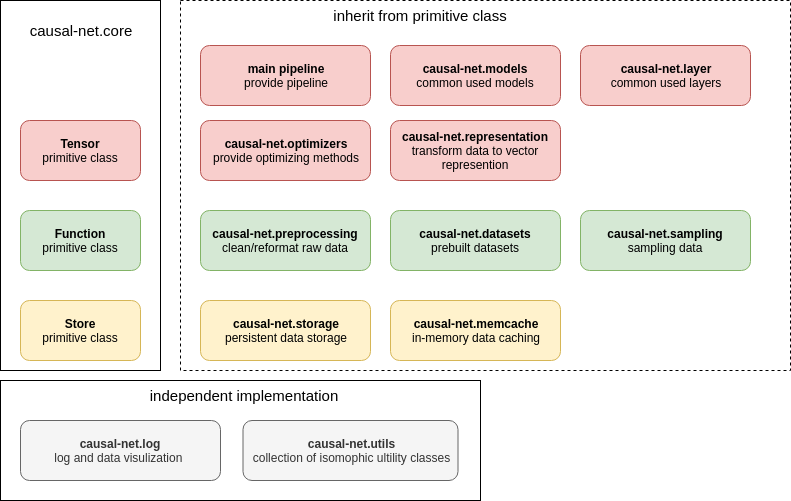
red-gold/causality keeps this draw.io diagram as causal-doc/asset/block_diagram.png. Above is the earlier version. Source tidied: cells renumbered, new cells last; positions are measured from the earlier drawing's top-left corner, leaving out a move shared by most shapes. The source it was exported from:
```xml
<mxGraphModel>
  <root>
    <mxCell id="0" />
    <mxCell id="1" parent="0" />
    <mxCell id="2" style="rounded=0;whiteSpace=wrap;html=1;fontSize=15;align=center;" parent="1" vertex="1">
      <mxGeometry y="380" width="480" height="120" as="geometry" />
    </mxCell>
    <mxCell id="3" style="rounded=0;whiteSpace=wrap;html=1;align=center;dashed=1;" parent="1" vertex="1">
      <mxGeometry x="180" width="610" height="370" as="geometry" />
    </mxCell>
    <mxCell id="4" style="rounded=0;whiteSpace=wrap;html=1;" parent="1" vertex="1">
      <mxGeometry width="160" height="370" as="geometry" />
    </mxCell>
    <mxCell id="5" value="&lt;b&gt;Tensor&lt;/b&gt;&lt;br&gt;primitive class&lt;br&gt;" style="rounded=1;whiteSpace=wrap;html=1;fillColor=#f8cecc;strokeColor=#b85450;" parent="1" vertex="1">
      <mxGeometry x="20" y="120" width="120" height="60" as="geometry" />
    </mxCell>
    <mxCell id="6" value="&lt;b&gt;Function&lt;/b&gt;&lt;br&gt;primitive class&lt;br&gt;" style="rounded=1;whiteSpace=wrap;html=1;fillColor=#d5e8d4;strokeColor=#82b366;" parent="1" vertex="1">
      <mxGeometry x="20" y="210" width="120" height="60" as="geometry" />
    </mxCell>
    <mxCell id="7" value="&lt;b&gt;Store&lt;/b&gt;&lt;br&gt;primitive class&lt;br&gt;" style="rounded=1;whiteSpace=wrap;html=1;fillColor=#fff2cc;strokeColor=#d6b656;" parent="1" vertex="1">
      <mxGeometry x="20" y="300" width="120" height="60" as="geometry" />
    </mxCell>
    <mxCell id="8" value="&lt;b&gt;causal-net.representation&lt;/b&gt;&lt;br&gt;transform data to vector represention&lt;br&gt;" style="rounded=1;whiteSpace=wrap;html=1;fillColor=#f8cecc;strokeColor=#b85450;" parent="1" vertex="1">
      <mxGeometry x="390" y="120" width="170" height="60" as="geometry" />
    </mxCell>
    <mxCell id="9" value="&lt;b&gt;causal-net.log&lt;/b&gt;&lt;br&gt;log and data visulization&amp;nbsp;&lt;br&gt;" style="rounded=1;whiteSpace=wrap;html=1;fillColor=#f5f5f5;strokeColor=#666666;fontColor=#333333;" parent="1" vertex="1">
      <mxGeometry x="20" y="420" width="200" height="60" as="geometry" />
    </mxCell>
    <mxCell id="10" value="&lt;b&gt;causal-net.utils&lt;/b&gt;&lt;br&gt;collection of isomophic ultility classes&lt;br&gt;" style="rounded=1;whiteSpace=wrap;html=1;fillColor=#f5f5f5;strokeColor=#666666;fontColor=#333333;" parent="1" vertex="1">
      <mxGeometry x="242.5" y="420" width="215" height="60" as="geometry" />
    </mxCell>
    <mxCell id="11" value="causal-net.core&lt;br&gt;" style="text;html=1;strokeColor=none;fillColor=none;align=center;verticalAlign=middle;whiteSpace=wrap;rounded=0;fontSize=15;" parent="1" vertex="1">
      <mxGeometry x="20" width="120" height="60" as="geometry" />
    </mxCell>
    <mxCell id="12" value="inherit from primitive class" style="text;html=1;strokeColor=none;fillColor=none;align=center;verticalAlign=middle;whiteSpace=wrap;rounded=0;fontSize=15;" parent="1" vertex="1">
      <mxGeometry x="320" width="200" height="30" as="geometry" />
    </mxCell>
    <mxCell id="13" value="independent implementation" style="text;html=1;strokeColor=none;fillColor=none;align=center;verticalAlign=middle;whiteSpace=wrap;rounded=0;fontSize=15;" parent="1" vertex="1">
      <mxGeometry x="102.5" y="380" width="280" height="30" as="geometry" />
    </mxCell>
    <mxCell id="14" value="&lt;b&gt;causal-net.models&lt;/b&gt;&lt;br&gt;common used models&lt;br&gt;" style="rounded=1;whiteSpace=wrap;html=1;fillColor=#f8cecc;strokeColor=#b85450;" parent="1" vertex="1">
      <mxGeometry x="390" y="45" width="170" height="60" as="geometry" />
    </mxCell>
    <mxCell id="15" value="&lt;b&gt;causal-net.layer&lt;/b&gt;&lt;br&gt;common used layers&lt;br&gt;" style="rounded=1;whiteSpace=wrap;html=1;fillColor=#f8cecc;strokeColor=#b85450;" parent="1" vertex="1">
      <mxGeometry x="580" y="45" width="170" height="60" as="geometry" />
    </mxCell>
    <mxCell id="16" value="&lt;b&gt;causal-net.optimizers&lt;/b&gt;&lt;br&gt;provide optimizing methods&lt;br&gt;" style="rounded=1;whiteSpace=wrap;html=1;fillColor=#f8cecc;strokeColor=#b85450;" parent="1" vertex="1">
      <mxGeometry x="200" y="120" width="170" height="60" as="geometry" />
    </mxCell>
    <mxCell id="17" value="&lt;b&gt;causal-net.preprocessing&lt;/b&gt;&lt;br&gt;clean/reformat raw data&lt;br&gt;" style="rounded=1;whiteSpace=wrap;html=1;fillColor=#d5e8d4;strokeColor=#82b366;" parent="1" vertex="1">
      <mxGeometry x="200" y="210" width="170" height="60" as="geometry" />
    </mxCell>
    <mxCell id="18" value="&lt;b&gt;causal-net.datasets&lt;/b&gt;&lt;br&gt;prebuilt datasets&lt;br&gt;" style="rounded=1;whiteSpace=wrap;html=1;fillColor=#d5e8d4;strokeColor=#82b366;" parent="1" vertex="1">
      <mxGeometry x="390" y="210" width="170" height="60" as="geometry" />
    </mxCell>
    <mxCell id="19" value="&lt;b&gt;causal-net.sampling&lt;/b&gt;&lt;br&gt;sampling data&lt;br&gt;" style="rounded=1;whiteSpace=wrap;html=1;fillColor=#d5e8d4;strokeColor=#82b366;" parent="1" vertex="1">
      <mxGeometry x="580" y="210" width="170" height="60" as="geometry" />
    </mxCell>
    <mxCell id="20" value="&lt;b&gt;causal-net.storage&lt;/b&gt;&lt;br&gt;persistent data storage&lt;br&gt;" style="rounded=1;whiteSpace=wrap;html=1;fillColor=#fff2cc;strokeColor=#d6b656;" parent="1" vertex="1">
      <mxGeometry x="200" y="300" width="170" height="60" as="geometry" />
    </mxCell>
    <mxCell id="21" value="&lt;b&gt;causal-net.memcache&lt;/b&gt;&lt;br&gt;in-memory data caching&lt;br&gt;" style="rounded=1;whiteSpace=wrap;html=1;fillColor=#fff2cc;strokeColor=#d6b656;" parent="1" vertex="1">
      <mxGeometry x="390" y="300" width="170" height="60" as="geometry" />
    </mxCell>
    <mxCell id="22" value="&lt;b&gt;main pipeline&lt;/b&gt;&lt;br&gt;provide pipeline&lt;br&gt;" style="rounded=1;whiteSpace=wrap;html=1;fillColor=#f8cecc;strokeColor=#b85450;" parent="1" vertex="1">
      <mxGeometry x="200" y="45" width="170" height="60" as="geometry" />
    </mxCell>
  </root>
</mxGraphModel>
```
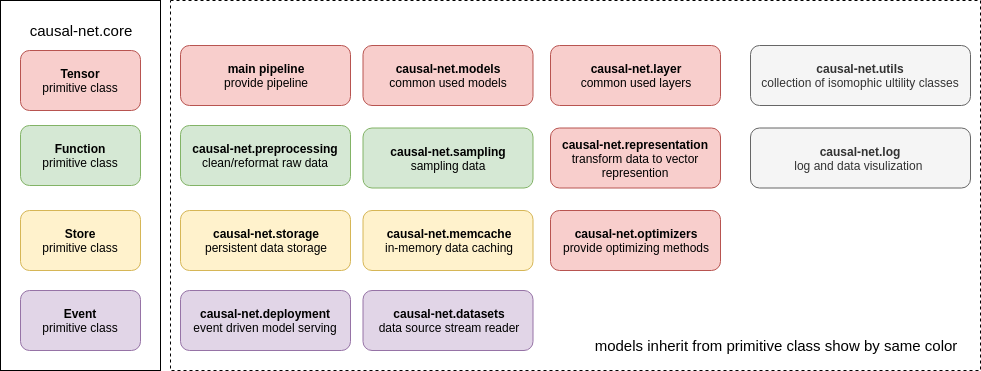
After the commit.

The edit, as a diff of the source:
```diff
@@ -2,68 +2,68 @@
   <root>
     <mxCell id="0" />
     <mxCell id="1" parent="0" />
-    <mxCell id="2" style="rounded=0;whiteSpace=wrap;html=1;fontSize=15;align=center;" parent="1" vertex="1">
-      <mxGeometry y="380" width="480" height="120" as="geometry" />
-    </mxCell>
     <mxCell id="3" style="rounded=0;whiteSpace=wrap;html=1;align=center;dashed=1;" parent="1" vertex="1">
-      <mxGeometry x="180" width="610" height="370" as="geometry" />
+      <mxGeometry x="170" width="810" height="370" as="geometry" />
     </mxCell>
     <mxCell id="4" style="rounded=0;whiteSpace=wrap;html=1;" parent="1" vertex="1">
       <mxGeometry width="160" height="370" as="geometry" />
     </mxCell>
     <mxCell id="5" value="&lt;b&gt;Tensor&lt;/b&gt;&lt;br&gt;primitive class&lt;br&gt;" style="rounded=1;whiteSpace=wrap;html=1;fillColor=#f8cecc;strokeColor=#b85450;" parent="1" vertex="1">
-      <mxGeometry x="20" y="120" width="120" height="60" as="geometry" />
+      <mxGeometry x="20" y="50" width="120" height="60" as="geometry" />
     </mxCell>
     <mxCell id="6" value="&lt;b&gt;Function&lt;/b&gt;&lt;br&gt;primitive class&lt;br&gt;" style="rounded=1;whiteSpace=wrap;html=1;fillColor=#d5e8d4;strokeColor=#82b366;" parent="1" vertex="1">
-      <mxGeometry x="20" y="210" width="120" height="60" as="geometry" />
+      <mxGeometry x="20" y="125" width="120" height="60" as="geometry" />
     </mxCell>
     <mxCell id="7" value="&lt;b&gt;Store&lt;/b&gt;&lt;br&gt;primitive class&lt;br&gt;" style="rounded=1;whiteSpace=wrap;html=1;fillColor=#fff2cc;strokeColor=#d6b656;" parent="1" vertex="1">
-      <mxGeometry x="20" y="300" width="120" height="60" as="geometry" />
+      <mxGeometry x="20" y="210" width="120" height="60" as="geometry" />
     </mxCell>
     <mxCell id="8" value="&lt;b&gt;causal-net.representation&lt;/b&gt;&lt;br&gt;transform data to vector represention&lt;br&gt;" style="rounded=1;whiteSpace=wrap;html=1;fillColor=#f8cecc;strokeColor=#b85450;" parent="1" vertex="1">
-      <mxGeometry x="390" y="120" width="170" height="60" as="geometry" />
+      <mxGeometry x="550" y="127.5" width="170" height="60" as="geometry" />
     </mxCell>
     <mxCell id="9" value="&lt;b&gt;causal-net.log&lt;/b&gt;&lt;br&gt;log and data visulization&amp;nbsp;&lt;br&gt;" style="rounded=1;whiteSpace=wrap;html=1;fillColor=#f5f5f5;strokeColor=#666666;fontColor=#333333;" parent="1" vertex="1">
-      <mxGeometry x="20" y="420" width="200" height="60" as="geometry" />
+      <mxGeometry x="750" y="127.5" width="220" height="60" as="geometry" />
     </mxCell>
     <mxCell id="10" value="&lt;b&gt;causal-net.utils&lt;/b&gt;&lt;br&gt;collection of isomophic ultility classes&lt;br&gt;" style="rounded=1;whiteSpace=wrap;html=1;fillColor=#f5f5f5;strokeColor=#666666;fontColor=#333333;" parent="1" vertex="1">
-      <mxGeometry x="242.5" y="420" width="215" height="60" as="geometry" />
+      <mxGeometry x="750" y="45" width="220" height="60" as="geometry" />
     </mxCell>
     <mxCell id="11" value="causal-net.core&lt;br&gt;" style="text;html=1;strokeColor=none;fillColor=none;align=center;verticalAlign=middle;whiteSpace=wrap;rounded=0;fontSize=15;" parent="1" vertex="1">
       <mxGeometry x="20" width="120" height="60" as="geometry" />
     </mxCell>
-    <mxCell id="12" value="inherit from primitive class" style="text;html=1;strokeColor=none;fillColor=none;align=center;verticalAlign=middle;whiteSpace=wrap;rounded=0;fontSize=15;" parent="1" vertex="1">
-      <mxGeometry x="320" width="200" height="30" as="geometry" />
+    <mxCell id="12" value="models inherit from primitive class show by same color" style="text;html=1;strokeColor=none;fillColor=none;align=center;verticalAlign=middle;whiteSpace=wrap;rounded=0;fontSize=15;" parent="1" vertex="1">
+      <mxGeometry x="580" y="330" width="390" height="30" as="geometry" />
     </mxCell>
-    <mxCell id="13" value="independent implementation" style="text;html=1;strokeColor=none;fillColor=none;align=center;verticalAlign=middle;whiteSpace=wrap;rounded=0;fontSize=15;" parent="1" vertex="1">
-      <mxGeometry x="102.5" y="380" width="280" height="30" as="geometry" />
-    </mxCell>
     <mxCell id="14" value="&lt;b&gt;causal-net.models&lt;/b&gt;&lt;br&gt;common used models&lt;br&gt;" style="rounded=1;whiteSpace=wrap;html=1;fillColor=#f8cecc;strokeColor=#b85450;" parent="1" vertex="1">
-      <mxGeometry x="390" y="45" width="170" height="60" as="geometry" />
+      <mxGeometry x="362.5" y="45" width="170" height="60" as="geometry" />
     </mxCell>
     <mxCell id="15" value="&lt;b&gt;causal-net.layer&lt;/b&gt;&lt;br&gt;common used layers&lt;br&gt;" style="rounded=1;whiteSpace=wrap;html=1;fillColor=#f8cecc;strokeColor=#b85450;" parent="1" vertex="1">
-      <mxGeometry x="580" y="45" width="170" height="60" as="geometry" />
+      <mxGeometry x="550" y="45" width="170" height="60" as="geometry" />
     </mxCell>
     <mxCell id="16" value="&lt;b&gt;causal-net.optimizers&lt;/b&gt;&lt;br&gt;provide optimizing methods&lt;br&gt;" style="rounded=1;whiteSpace=wrap;html=1;fillColor=#f8cecc;strokeColor=#b85450;" parent="1" vertex="1">
-      <mxGeometry x="200" y="120" width="170" height="60" as="geometry" />
+      <mxGeometry x="550" y="210" width="170" height="60" as="geometry" />
     </mxCell>
     <mxCell id="17" value="&lt;b&gt;causal-net.preprocessing&lt;/b&gt;&lt;br&gt;clean/reformat raw data&lt;br&gt;" style="rounded=1;whiteSpace=wrap;html=1;fillColor=#d5e8d4;strokeColor=#82b366;" parent="1" vertex="1">
-      <mxGeometry x="200" y="210" width="170" height="60" as="geometry" />
+      <mxGeometry x="180" y="125" width="170" height="60" as="geometry" />
     </mxCell>
-    <mxCell id="18" value="&lt;b&gt;causal-net.datasets&lt;/b&gt;&lt;br&gt;prebuilt datasets&lt;br&gt;" style="rounded=1;whiteSpace=wrap;html=1;fillColor=#d5e8d4;strokeColor=#82b366;" parent="1" vertex="1">
-      <mxGeometry x="390" y="210" width="170" height="60" as="geometry" />
+    <mxCell id="18" value="&lt;b&gt;causal-net.datasets&lt;/b&gt;&lt;br&gt;data source stream reader&lt;br&gt;" style="rounded=1;whiteSpace=wrap;html=1;fillColor=#e1d5e7;strokeColor=#9673a6;" parent="1" vertex="1">
+      <mxGeometry x="362.5" y="290" width="170" height="60" as="geometry" />
     </mxCell>
     <mxCell id="19" value="&lt;b&gt;causal-net.sampling&lt;/b&gt;&lt;br&gt;sampling data&lt;br&gt;" style="rounded=1;whiteSpace=wrap;html=1;fillColor=#d5e8d4;strokeColor=#82b366;" parent="1" vertex="1">
-      <mxGeometry x="580" y="210" width="170" height="60" as="geometry" />
+      <mxGeometry x="362.5" y="127.5" width="170" height="60" as="geometry" />
     </mxCell>
     <mxCell id="20" value="&lt;b&gt;causal-net.storage&lt;/b&gt;&lt;br&gt;persistent data storage&lt;br&gt;" style="rounded=1;whiteSpace=wrap;html=1;fillColor=#fff2cc;strokeColor=#d6b656;" parent="1" vertex="1">
-      <mxGeometry x="200" y="300" width="170" height="60" as="geometry" />
+      <mxGeometry x="180" y="210" width="170" height="60" as="geometry" />
     </mxCell>
     <mxCell id="21" value="&lt;b&gt;causal-net.memcache&lt;/b&gt;&lt;br&gt;in-memory data caching&lt;br&gt;" style="rounded=1;whiteSpace=wrap;html=1;fillColor=#fff2cc;strokeColor=#d6b656;" parent="1" vertex="1">
-      <mxGeometry x="390" y="300" width="170" height="60" as="geometry" />
+      <mxGeometry x="362.5" y="210" width="170" height="60" as="geometry" />
     </mxCell>
     <mxCell id="22" value="&lt;b&gt;main pipeline&lt;/b&gt;&lt;br&gt;provide pipeline&lt;br&gt;" style="rounded=1;whiteSpace=wrap;html=1;fillColor=#f8cecc;strokeColor=#b85450;" parent="1" vertex="1">
-      <mxGeometry x="200" y="45" width="170" height="60" as="geometry" />
+      <mxGeometry x="180" y="45" width="170" height="60" as="geometry" />
     </mxCell>
+    <mxCell id="23" value="&lt;b&gt;Event&lt;/b&gt;&lt;br&gt;primitive class&lt;br&gt;" style="rounded=1;whiteSpace=wrap;html=1;fillColor=#e1d5e7;strokeColor=#9673a6;" parent="1" vertex="1">
+      <mxGeometry x="20" y="290" width="120" height="60" as="geometry" />
+    </mxCell>
+    <mxCell id="24" value="&lt;b&gt;causal-net.deployment&lt;/b&gt;&lt;br&gt;event driven model serving&lt;br&gt;" style="rounded=1;whiteSpace=wrap;html=1;fillColor=#e1d5e7;strokeColor=#9673a6;" parent="1" vertex="1">
+      <mxGeometry x="180" y="290" width="170" height="60" as="geometry" />
+    </mxCell>
   </root>
 </mxGraphModel>
```
